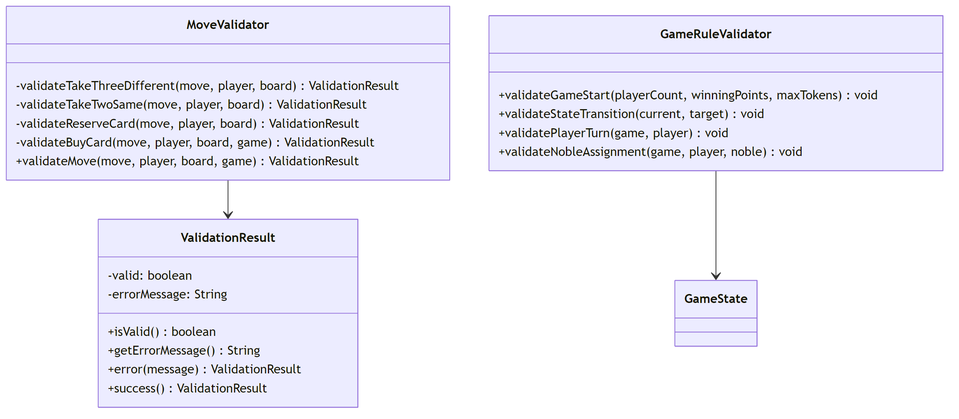
The Mermaid diagram diagrams/png/splendor-class-diagram_6.png in bryanseah234/playsplendor, before a commit. Its source is kept beside it as diagrams/src/splendor-class-diagram_6.mmd. The source it was exported from:
```mermaid
classDiagram
    class MoveValidator {
        -validateTakeThreeDifferent(move, player, board) ValidationResult
        -validateTakeTwoSame(move, player, board) ValidationResult
        -validateReserveCard(move, player, board) ValidationResult
        -validateBuyCard(move, player, board, game) ValidationResult
        +validateMove(move, player, board, game) ValidationResult
    }

    class GameRuleValidator {
        +validateGameStart(playerCount, winningPoints, maxTokens) void
        +validateStateTransition(current, target) void
        +validatePlayerTurn(game, player) void
        +validateNobleAssignment(game, player, noble) void
    }

    class ValidationResult {
        -valid: boolean
        -errorMessage: String
        +isValid() boolean
        +getErrorMessage() String
        +error(message) ValidationResult
        +success() ValidationResult
    }

    MoveValidator --> ValidationResult
    GameRuleValidator --> GameState
```
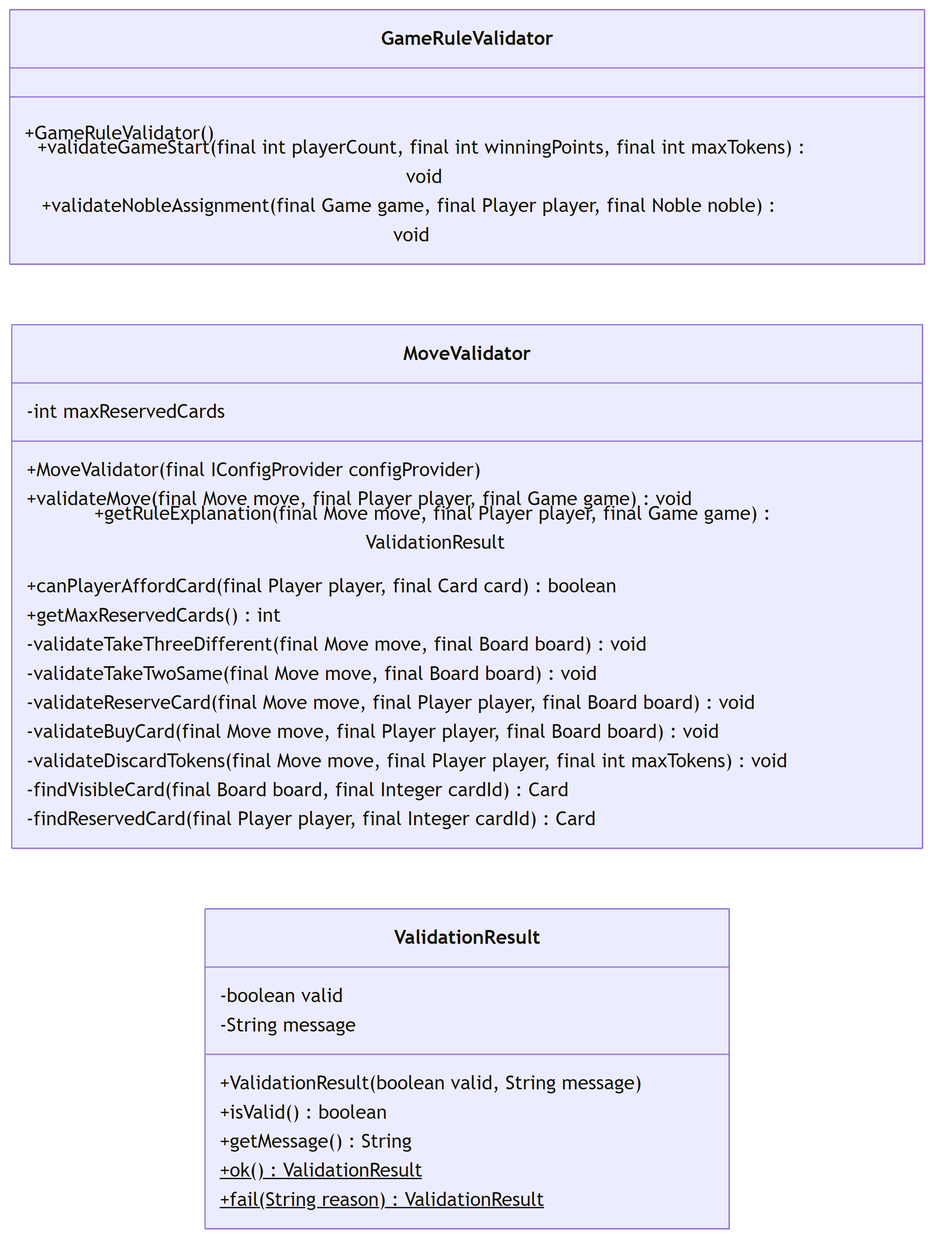
Later version of the same file.

The edit, as a diff of the source:
```diff
@@ -1,27 +1,33 @@
 classDiagram
-    class MoveValidator {
-        -validateTakeThreeDifferent(move, player, board) ValidationResult
-        -validateTakeTwoSame(move, player, board) ValidationResult
-        -validateReserveCard(move, player, board) ValidationResult
-        -validateBuyCard(move, player, board, game) ValidationResult
-        +validateMove(move, player, board, game) ValidationResult
+    direction LR
+    class GameRuleValidator {
+        +GameRuleValidator()
+        +validateGameStart(final int playerCount, final int winningPoints, final int maxTokens) void
+        +validateNobleAssignment(final Game game, final Player player, final Noble noble) void
     }
 
-    class GameRuleValidator {
-        +validateGameStart(playerCount, winningPoints, maxTokens) void
-        +validateStateTransition(current, target) void
-        +validatePlayerTurn(game, player) void
-        +validateNobleAssignment(game, player, noble) void
+    class MoveValidator {
+        -int maxReservedCards
+        +MoveValidator(final IConfigProvider configProvider)
+        +validateMove(final Move move, final Player player, final Game game) void
+        +getRuleExplanation(final Move move, final Player player, final Game game) ValidationResult
+        +canPlayerAffordCard(final Player player, final Card card) boolean
+        +getMaxReservedCards() int
+        -validateTakeThreeDifferent(final Move move, final Board board) void
+        -validateTakeTwoSame(final Move move, final Board board) void
+        -validateReserveCard(final Move move, final Player player, final Board board) void
+        -validateBuyCard(final Move move, final Player player, final Board board) void
+        -validateDiscardTokens(final Move move, final Player player, final int maxTokens) void
+        -findVisibleCard(final Board board, final Integer cardId) Card
+        -findReservedCard(final Player player, final Integer cardId) Card
     }
 
     class ValidationResult {
-        -valid: boolean
-        -errorMessage: String
+        -boolean valid
+        -String message
+        +ValidationResult(boolean valid, String message)
         +isValid() boolean
-        +getErrorMessage() String
-        +error(message) ValidationResult
-        +success() ValidationResult
+        +getMessage() String
+        +ok() ValidationResult$
+        +fail(String reason) ValidationResult$
     }
-
-    MoveValidator --> ValidationResult
-    GameRuleValidator --> GameState
```
